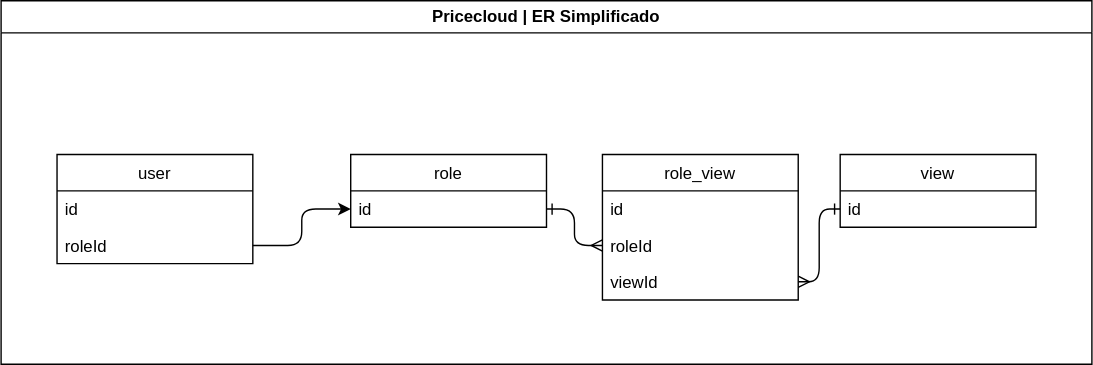
The draw.io diagram api-01/src/docs/er.drawio.svg in sebastianaf/pricecloud, before a commit. Source tidied: cells renumbered, new cells last; positions are measured from the earlier drawing's top-left corner, leaving out a move shared by most shapes.
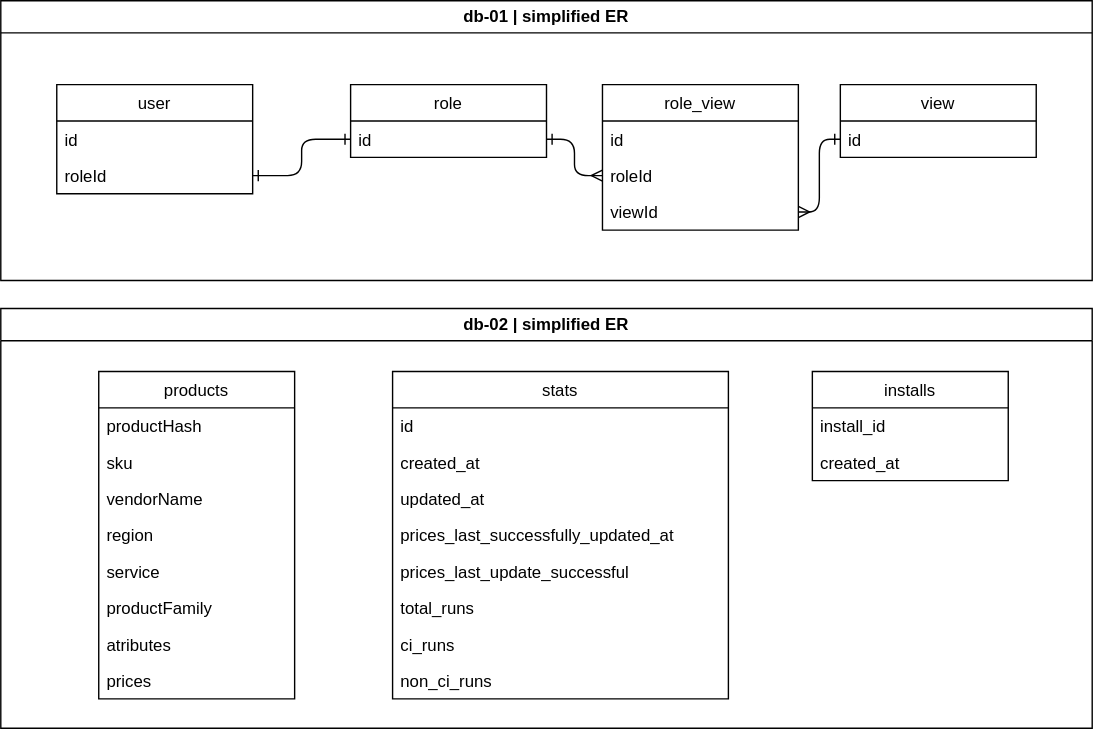
After the change.

What changed in the source:
```diff
@@ -2,38 +2,11 @@
   <root>
     <mxCell id="0" />
     <mxCell id="1" parent="0" />
-    <mxCell id="2" value="user" style="swimlane;fontStyle=0;horizontal=1;startSize=26;fillColor=none;rounded=0;" parent="1" vertex="1">
-      <mxGeometry x="40" y="110" width="140" height="78" as="geometry" />
-    </mxCell>
-    <mxCell id="3" value="id" style="text;strokeColor=none;fillColor=none;align=left;verticalAlign=top;spacingLeft=4;spacingRight=4;overflow=hidden;rounded=0;" parent="2" vertex="1">
-      <mxGeometry y="26" width="140" height="26" as="geometry" />
-    </mxCell>
-    <mxCell id="4" value="roleId" style="text;strokeColor=none;fillColor=none;align=left;verticalAlign=top;spacingLeft=4;spacingRight=4;overflow=hidden;points=[[0,0.5],[1,0.5]];portConstraint=eastwest;rounded=0;" parent="2" vertex="1">
-      <mxGeometry y="52" width="140" height="26" as="geometry" />
-    </mxCell>
-    <mxCell id="5" value="Pricecloud | ER Simplificado" style="swimlane;whiteSpace=wrap;html=1;rounded=0;startSize=23;" parent="1" vertex="1">
-      <mxGeometry width="780" height="260" as="geometry" />
+    <mxCell id="5" value="db-01 | simplified ER&amp;nbsp;" style="swimlane;whiteSpace=wrap;html=1;rounded=0;startSize=23;swimlaneFillColor=default;" parent="1" vertex="1">
+      <mxGeometry width="780" height="200" as="geometry" />
     </mxCell>
-    <mxCell id="6" value="role" style="swimlane;fontStyle=0;horizontal=1;startSize=26;fillColor=none;rounded=0;" parent="1" vertex="1">
-      <mxGeometry x="250" y="110" width="140" height="52" as="geometry" />
-    </mxCell>
-    <mxCell id="7" value="id" style="text;strokeColor=none;fillColor=none;align=left;verticalAlign=top;spacingLeft=4;spacingRight=4;overflow=hidden;points=[[0,0.5],[1,0.5]];portConstraint=eastwest;rounded=0;" parent="6" vertex="1">
-      <mxGeometry y="26" width="140" height="26" as="geometry" />
-    </mxCell>
-    <mxCell id="8" value="view" style="swimlane;fontStyle=0;horizontal=1;startSize=26;fillColor=none;rounded=0;" parent="1" vertex="1">
-      <mxGeometry x="600" y="110" width="140" height="52" as="geometry" />
-    </mxCell>
-    <mxCell id="9" value="id" style="text;strokeColor=none;fillColor=none;align=left;verticalAlign=top;spacingLeft=4;spacingRight=4;overflow=hidden;points=[[0,0.5],[1,0.5]];portConstraint=eastwest;rounded=0;" parent="8" vertex="1">
-      <mxGeometry y="26" width="140" height="26" as="geometry" />
-    </mxCell>
-    <mxCell id="10" style="edgeStyle=orthogonalEdgeStyle;html=1;exitX=1;exitY=0.5;exitDx=0;exitDy=0;entryX=0;entryY=0.5;entryDx=0;entryDy=0;" parent="1" edge="1" source="4" target="7">
-      <mxGeometry relative="1" as="geometry" />
-    </mxCell>
-    <mxCell id="11" style="edgeStyle=orthogonalEdgeStyle;shape=connector;rounded=1;html=1;exitX=1;exitY=0.5;exitDx=0;exitDy=0;entryX=0;entryY=0.5;entryDx=0;entryDy=0;labelBackgroundColor=default;strokeColor=default;fontFamily=Helvetica;fontSize=11;fontColor=default;endArrow=ERmany;endFill=0;startArrow=ERone;startFill=0;" parent="1" edge="1" source="7" target="14">
-      <mxGeometry relative="1" as="geometry" />
-    </mxCell>
-    <mxCell id="12" value="role_view" style="swimlane;fontStyle=0;horizontal=1;startSize=26;fillColor=none;rounded=0;" parent="1" vertex="1">
-      <mxGeometry x="430" y="110" width="140" height="104" as="geometry" />
+    <mxCell id="12" value="role_view" style="swimlane;fontStyle=0;horizontal=1;startSize=26;fillColor=none;rounded=0;" parent="5" vertex="1">
+      <mxGeometry x="430" y="60" width="140" height="104" as="geometry" />
     </mxCell>
     <mxCell id="13" value="id" style="text;strokeColor=none;fillColor=none;align=left;verticalAlign=top;spacingLeft=4;spacingRight=4;overflow=hidden;rounded=0;" parent="12" vertex="1">
       <mxGeometry y="26" width="140" height="26" as="geometry" />
@@ -44,8 +17,101 @@
     <mxCell id="15" value="viewId" style="text;strokeColor=none;fillColor=none;align=left;verticalAlign=top;spacingLeft=4;spacingRight=4;overflow=hidden;points=[[0,0.5],[1,0.5]];portConstraint=eastwest;rounded=0;" parent="12" vertex="1">
       <mxGeometry y="78" width="140" height="26" as="geometry" />
     </mxCell>
+    <mxCell id="6" value="role" style="swimlane;fontStyle=0;horizontal=1;startSize=26;fillColor=none;rounded=0;" parent="5" vertex="1">
+      <mxGeometry x="250" y="60" width="140" height="52" as="geometry" />
+    </mxCell>
+    <mxCell id="7" value="id" style="text;strokeColor=none;fillColor=none;align=left;verticalAlign=top;spacingLeft=4;spacingRight=4;overflow=hidden;points=[[0,0.5],[1,0.5]];portConstraint=eastwest;rounded=0;" parent="6" vertex="1">
+      <mxGeometry y="26" width="140" height="26" as="geometry" />
+    </mxCell>
+    <mxCell id="2" value="user" style="swimlane;fontStyle=0;horizontal=1;startSize=26;fillColor=none;rounded=0;" parent="5" vertex="1">
+      <mxGeometry x="40" y="60" width="140" height="78" as="geometry" />
+    </mxCell>
+    <mxCell id="3" value="id" style="text;strokeColor=none;fillColor=none;align=left;verticalAlign=top;spacingLeft=4;spacingRight=4;overflow=hidden;rounded=0;" parent="2" vertex="1">
+      <mxGeometry y="26" width="140" height="26" as="geometry" />
+    </mxCell>
+    <mxCell id="4" value="roleId" style="text;strokeColor=none;fillColor=none;align=left;verticalAlign=top;spacingLeft=4;spacingRight=4;overflow=hidden;points=[[0,0.5],[1,0.5]];portConstraint=eastwest;rounded=0;" parent="2" vertex="1">
+      <mxGeometry y="52" width="140" height="26" as="geometry" />
+    </mxCell>
+    <mxCell id="8" value="view" style="swimlane;fontStyle=0;horizontal=1;startSize=26;fillColor=none;rounded=0;" parent="5" vertex="1">
+      <mxGeometry x="600" y="60" width="140" height="52" as="geometry" />
+    </mxCell>
+    <mxCell id="9" value="id" style="text;strokeColor=none;fillColor=none;align=left;verticalAlign=top;spacingLeft=4;spacingRight=4;overflow=hidden;points=[[0,0.5],[1,0.5]];portConstraint=eastwest;rounded=0;" parent="8" vertex="1">
+      <mxGeometry y="26" width="140" height="26" as="geometry" />
+    </mxCell>
+    <mxCell id="11" style="edgeStyle=orthogonalEdgeStyle;shape=connector;rounded=1;html=1;exitX=1;exitY=0.5;exitDx=0;exitDy=0;entryX=0;entryY=0.5;entryDx=0;entryDy=0;labelBackgroundColor=default;strokeColor=default;fontFamily=Helvetica;fontSize=11;fontColor=default;endArrow=ERmany;endFill=0;startArrow=ERone;startFill=0;" parent="5" edge="1" source="7" target="14">
+      <mxGeometry relative="1" as="geometry" />
+    </mxCell>
+    <mxCell id="10" style="edgeStyle=orthogonalEdgeStyle;html=1;exitX=1;exitY=0.5;exitDx=0;exitDy=0;entryX=0;entryY=0.5;entryDx=0;entryDy=0;startArrow=ERone;startFill=0;endArrow=ERone;endFill=0;" parent="5" edge="1" source="4" target="7">
+      <mxGeometry relative="1" as="geometry" />
+    </mxCell>
-    <mxCell id="16" style="edgeStyle=orthogonalEdgeStyle;shape=connector;rounded=1;html=1;exitX=0;exitY=0.5;exitDx=0;exitDy=0;entryX=1;entryY=0.5;entryDx=0;entryDy=0;labelBackgroundColor=default;strokeColor=default;fontFamily=Helvetica;fontSize=11;fontColor=default;endArrow=ERmany;endFill=0;startArrow=ERone;startFill=0;" parent="1" edge="1" source="9" target="15">
+    <mxCell id="16" style="edgeStyle=orthogonalEdgeStyle;shape=connector;rounded=1;html=1;exitX=0;exitY=0.5;exitDx=0;exitDy=0;entryX=1;entryY=0.5;entryDx=0;entryDy=0;labelBackgroundColor=default;strokeColor=default;fontFamily=Helvetica;fontSize=11;fontColor=default;endArrow=ERmany;endFill=0;startArrow=ERone;startFill=0;" parent="5" edge="1" source="9" target="15">
       <mxGeometry relative="1" as="geometry" />
     </mxCell>
+    <mxCell id="17" value="db-02 | simplified ER&amp;nbsp;" style="swimlane;whiteSpace=wrap;html=1;rounded=0;startSize=23;swimlaneFillColor=default;" parent="1" vertex="1">
+      <mxGeometry y="220" width="780" height="300" as="geometry" />
+    </mxCell>
+    <mxCell id="18" value="products" style="swimlane;fontStyle=0;horizontal=1;startSize=26;fillColor=none;rounded=0;" parent="17" vertex="1">
+      <mxGeometry x="70" y="45" width="140" height="234" as="geometry" />
+    </mxCell>
+    <mxCell id="19" value="productHash" style="text;strokeColor=none;fillColor=none;align=left;verticalAlign=top;spacingLeft=4;spacingRight=4;overflow=hidden;rounded=0;" parent="18" vertex="1">
+      <mxGeometry y="26" width="140" height="26" as="geometry" />
+    </mxCell>
+    <mxCell id="20" value="sku" style="text;strokeColor=none;fillColor=none;align=left;verticalAlign=top;spacingLeft=4;spacingRight=4;overflow=hidden;rounded=0;" parent="18" vertex="1">
+      <mxGeometry y="52" width="140" height="26" as="geometry" />
+    </mxCell>
+    <mxCell id="21" value="vendorName" style="text;strokeColor=none;fillColor=none;align=left;verticalAlign=top;spacingLeft=4;spacingRight=4;overflow=hidden;rounded=0;" parent="18" vertex="1">
+      <mxGeometry y="78" width="140" height="26" as="geometry" />
+    </mxCell>
+    <mxCell id="22" value="region" style="text;strokeColor=none;fillColor=none;align=left;verticalAlign=top;spacingLeft=4;spacingRight=4;overflow=hidden;rounded=0;" parent="18" vertex="1">
+      <mxGeometry y="104" width="140" height="26" as="geometry" />
+    </mxCell>
+    <mxCell id="23" value="service" style="text;strokeColor=none;fillColor=none;align=left;verticalAlign=top;spacingLeft=4;spacingRight=4;overflow=hidden;rounded=0;" parent="18" vertex="1">
+      <mxGeometry y="130" width="140" height="26" as="geometry" />
+    </mxCell>
+    <mxCell id="24" value="productFamily" style="text;strokeColor=none;fillColor=none;align=left;verticalAlign=top;spacingLeft=4;spacingRight=4;overflow=hidden;rounded=0;" parent="18" vertex="1">
+      <mxGeometry y="156" width="140" height="26" as="geometry" />
+    </mxCell>
+    <mxCell id="25" value="atributes" style="text;strokeColor=none;fillColor=none;align=left;verticalAlign=top;spacingLeft=4;spacingRight=4;overflow=hidden;rounded=0;" parent="18" vertex="1">
+      <mxGeometry y="182" width="140" height="26" as="geometry" />
+    </mxCell>
+    <mxCell id="26" value="prices" style="text;strokeColor=none;fillColor=none;align=left;verticalAlign=top;spacingLeft=4;spacingRight=4;overflow=hidden;rounded=0;" parent="18" vertex="1">
+      <mxGeometry y="208" width="140" height="26" as="geometry" />
+    </mxCell>
+    <mxCell id="27" value="stats" style="swimlane;fontStyle=0;horizontal=1;startSize=26;fillColor=none;rounded=0;" parent="17" vertex="1">
+      <mxGeometry x="280" y="45" width="240" height="234" as="geometry" />
+    </mxCell>
+    <mxCell id="28" value="id" style="text;strokeColor=none;fillColor=none;align=left;verticalAlign=top;spacingLeft=4;spacingRight=4;overflow=hidden;rounded=0;" parent="27" vertex="1">
+      <mxGeometry y="26" width="240" height="26" as="geometry" />
+    </mxCell>
+    <mxCell id="29" value="created_at" style="text;strokeColor=none;fillColor=none;align=left;verticalAlign=top;spacingLeft=4;spacingRight=4;overflow=hidden;rounded=0;" parent="27" vertex="1">
+      <mxGeometry y="52" width="240" height="26" as="geometry" />
+    </mxCell>
+    <mxCell id="30" value="updated_at" style="text;strokeColor=none;fillColor=none;align=left;verticalAlign=top;spacingLeft=4;spacingRight=4;overflow=hidden;rounded=0;" parent="27" vertex="1">
+      <mxGeometry y="78" width="240" height="26" as="geometry" />
+    </mxCell>
+    <mxCell id="31" value="prices_last_successfully_updated_at" style="text;strokeColor=none;fillColor=none;align=left;verticalAlign=top;spacingLeft=4;spacingRight=4;overflow=hidden;rounded=0;" parent="27" vertex="1">
+      <mxGeometry y="104" width="240" height="26" as="geometry" />
+    </mxCell>
+    <mxCell id="32" value="prices_last_update_successful" style="text;strokeColor=none;fillColor=none;align=left;verticalAlign=top;spacingLeft=4;spacingRight=4;overflow=hidden;rounded=0;" parent="27" vertex="1">
+      <mxGeometry y="130" width="240" height="26" as="geometry" />
+    </mxCell>
+    <mxCell id="33" value="total_runs" style="text;strokeColor=none;fillColor=none;align=left;verticalAlign=top;spacingLeft=4;spacingRight=4;overflow=hidden;rounded=0;" parent="27" vertex="1">
+      <mxGeometry y="156" width="240" height="26" as="geometry" />
+    </mxCell>
+    <mxCell id="34" value="ci_runs" style="text;strokeColor=none;fillColor=none;align=left;verticalAlign=top;spacingLeft=4;spacingRight=4;overflow=hidden;rounded=0;" parent="27" vertex="1">
+      <mxGeometry y="182" width="240" height="26" as="geometry" />
+    </mxCell>
+    <mxCell id="35" value="non_ci_runs" style="text;strokeColor=none;fillColor=none;align=left;verticalAlign=top;spacingLeft=4;spacingRight=4;overflow=hidden;rounded=0;" parent="27" vertex="1">
+      <mxGeometry y="208" width="240" height="26" as="geometry" />
+    </mxCell>
+    <mxCell id="36" value="installs" style="swimlane;fontStyle=0;horizontal=1;startSize=26;fillColor=none;rounded=0;" parent="17" vertex="1">
+      <mxGeometry x="580" y="45" width="140" height="78" as="geometry" />
+    </mxCell>
+    <mxCell id="37" value="install_id" style="text;strokeColor=none;fillColor=none;align=left;verticalAlign=top;spacingLeft=4;spacingRight=4;overflow=hidden;rounded=0;" parent="36" vertex="1">
+      <mxGeometry y="26" width="140" height="26" as="geometry" />
+    </mxCell>
+    <mxCell id="38" value="created_at" style="text;strokeColor=none;fillColor=none;align=left;verticalAlign=top;spacingLeft=4;spacingRight=4;overflow=hidden;rounded=0;" parent="36" vertex="1">
+      <mxGeometry y="52" width="140" height="26" as="geometry" />
+    </mxCell>
   </root>
 </mxGraphModel>
```
